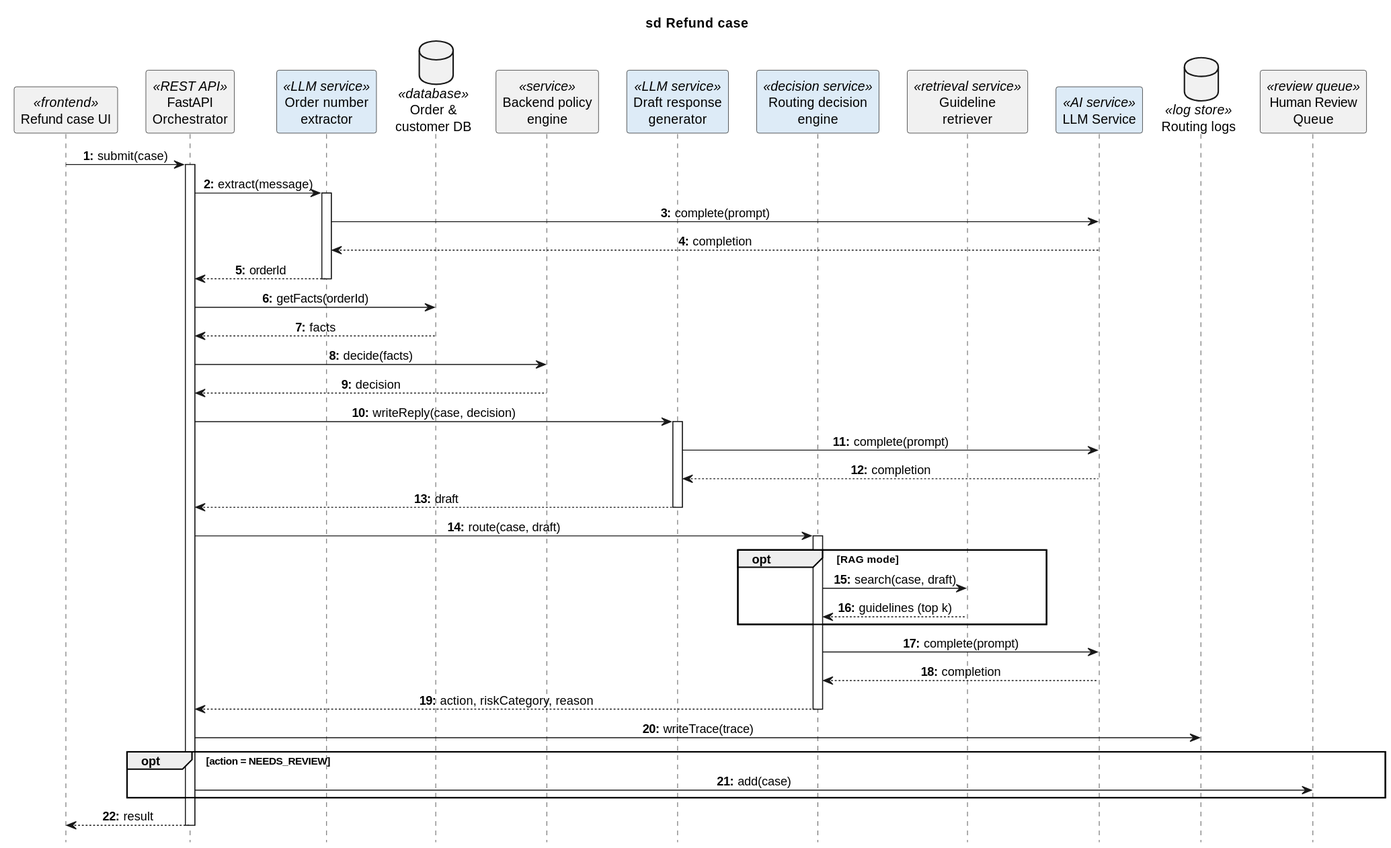
This is docs/diagrams/sequence.svg from VyshakhGN/llmgov, a PlantUML export, as it was before one commit. Its diagram source:
```plantuml
@startuml
skinparam shadowing false
skinparam defaultTextAlignment center
skinparam ParticipantPadding 10
skinparam ParticipantBackgroundColor #F1F1F1
skinparam DatabaseBackgroundColor #F1F1F1
hide footbox
title sd Refund case

participant "Refund case UI" as UI <<frontend>>
participant "FastAPI\nOrchestrator" as ORCH <<REST API>>
participant "Order number\nextractor" as EXT <<LLM service>> #DDEBF7
database "Order &\ncustomer DB" as DB <<database>>
participant "Backend policy\nengine" as POL <<service>>
participant "Draft response\ngenerator" as DRAFT <<LLM service>> #DDEBF7
participant "Routing decision\nengine" as ROUTE <<decision service>> #DDEBF7
participant "Guideline\nretriever" as RET <<retrieval service>>
participant "LLM Service" as LLM <<AI service>> #DDEBF7
database "Routing logs" as LOGS <<log store>>
participant "Human Review\nQueue" as QUEUE <<review queue>>

autonumber "<b>0:"

UI -> ORCH : submit(case)
activate ORCH

ORCH -> EXT : extract(message)
activate EXT
EXT -> LLM : complete(prompt)
LLM --> EXT : completion
EXT --> ORCH : orderId
deactivate EXT

ORCH -> DB : getFacts(orderId)
DB --> ORCH : facts

ORCH -> POL : decide(facts)
POL --> ORCH : decision

ORCH -> DRAFT : writeReply(case, decision)
activate DRAFT
DRAFT -> LLM : complete(prompt)
LLM --> DRAFT : completion
DRAFT --> ORCH : draft
deactivate DRAFT

ORCH -> ROUTE : route(case, draft)
activate ROUTE
group opt <U+2007><U+2007><U+2007>[RAG mode]
  ROUTE -> RET : search(case, draft)
  RET --> ROUTE : guidelines (top k)
end
ROUTE -> LLM : complete(prompt)
LLM --> ROUTE : completion
ROUTE --> ORCH : action, riskCategory, reason
deactivate ROUTE

ORCH -> LOGS : writeTrace(trace)
group opt [action = NEEDS_REVIEW]
  ORCH -> QUEUE : add(case)
end
ORCH --> UI : result
deactivate ORCH
@enduml
```
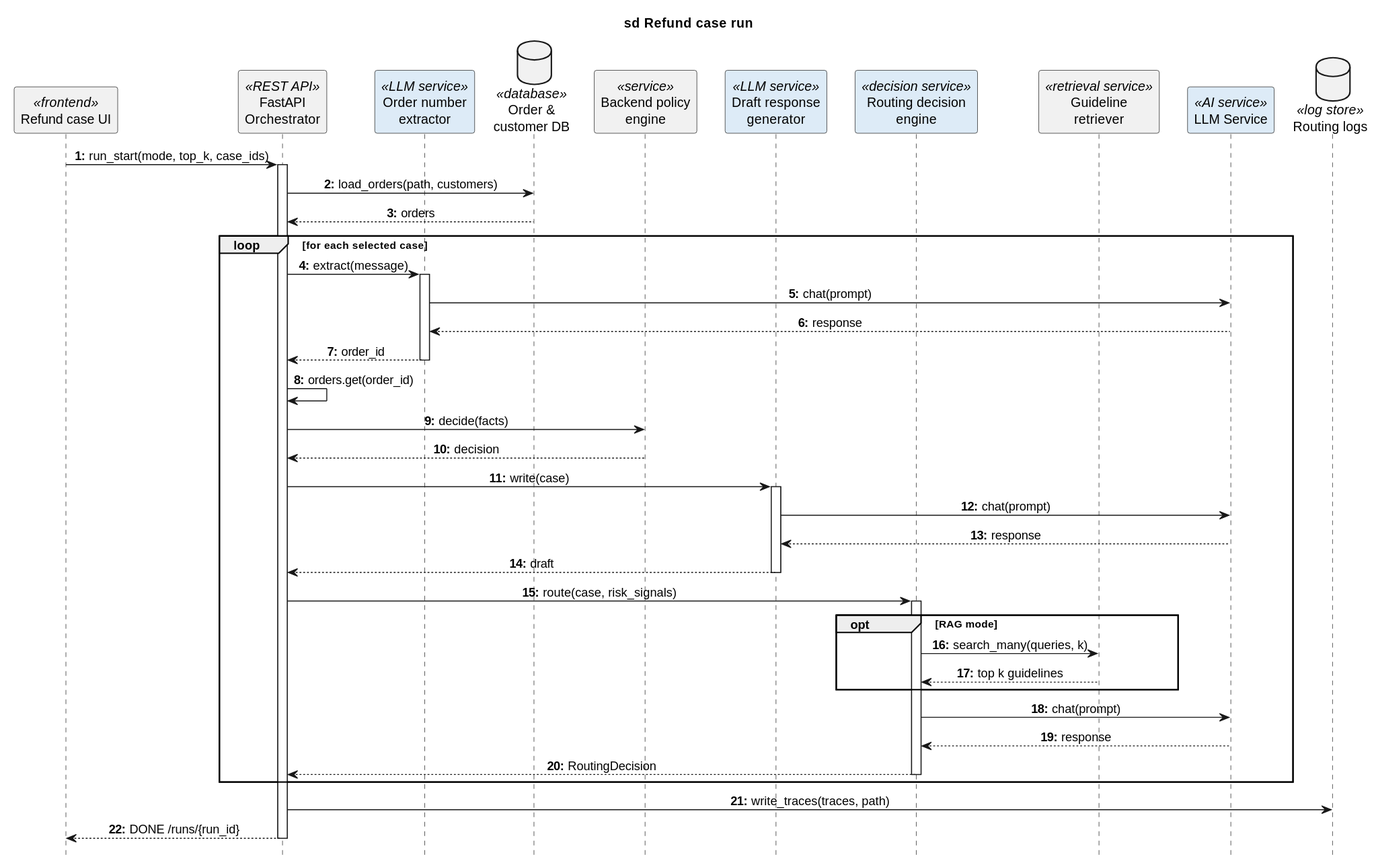
After the commit.

Commit message:
Some changes to the component and sequence diagrams

What changed in the source:
```diff
@@ -5,7 +5,7 @@
 skinparam ParticipantBackgroundColor #F1F1F1
 skinparam DatabaseBackgroundColor #F1F1F1
 hide footbox
-title sd Refund case
+title sd Refund case run
 
 participant "Refund case UI" as UI <<frontend>>
 participant "FastAPI\nOrchestrator" as ORCH <<REST API>>
@@ -17,48 +17,50 @@
 participant "Guideline\nretriever" as RET <<retrieval service>>
 participant "LLM Service" as LLM <<AI service>> #DDEBF7
 database "Routing logs" as LOGS <<log store>>
-participant "Human Review\nQueue" as QUEUE <<review queue>>
 
 autonumber "<b>0:"
 
-UI -> ORCH : submit(case)
+UI -> ORCH : run_start(mode, top_k, case_ids)
 activate ORCH
 
-ORCH -> EXT : extract(message)
-activate EXT
-EXT -> LLM : complete(prompt)
-LLM --> EXT : completion
-EXT --> ORCH : orderId
-deactivate EXT
+ORCH -> DB : load_orders(path, customers)
+DB --> ORCH : orders
 
-ORCH -> DB : getFacts(orderId)
-DB --> ORCH : facts
+loop for each selected case
 
-ORCH -> POL : decide(facts)
-POL --> ORCH : decision
+  ORCH -> EXT : extract(message)
+  activate EXT
+  EXT -> LLM : chat(prompt)
+  LLM --> EXT : response
+  EXT --> ORCH : order_id
+  deactivate EXT
 
-ORCH -> DRAFT : writeReply(case, decision)
-activate DRAFT
-DRAFT -> LLM : complete(prompt)
-LLM --> DRAFT : completion
-DRAFT --> ORCH : draft
-deactivate DRAFT
+  ORCH -> ORCH : orders.get(order_id)
 
-ORCH -> ROUTE : route(case, draft)
-activate ROUTE
-group opt <U+2007><U+2007><U+2007>[RAG mode]
-  ROUTE -> RET : search(case, draft)
-  RET --> ROUTE : guidelines (top k)
+  ORCH -> POL : decide(facts)
+  POL --> ORCH : decision
+
+  ORCH -> DRAFT : write(case)
+  activate DRAFT
+  DRAFT -> LLM : chat(prompt)
+  LLM --> DRAFT : response
+  DRAFT --> ORCH : draft
+  deactivate DRAFT
+
+  ORCH -> ROUTE : route(case, risk_signals)
+  activate ROUTE
+  group opt <U+2007><U+2007><U+2007>[RAG mode]
+    ROUTE -> RET : search_many(queries, k)
+    RET --> ROUTE : top k guidelines
+  end
+  ROUTE -> LLM : chat(prompt)
+  LLM --> ROUTE : response
+  ROUTE --> ORCH : RoutingDecision
+  deactivate ROUTE
+
 end
-ROUTE -> LLM : complete(prompt)
-LLM --> ROUTE : completion
-ROUTE --> ORCH : action, riskCategory, reason
-deactivate ROUTE
 
-ORCH -> LOGS : writeTrace(trace)
-group opt [action = NEEDS_REVIEW]
-  ORCH -> QUEUE : add(case)
-end
-ORCH --> UI : result
+ORCH -> LOGS : write_traces(traces, path)
+ORCH --> UI : DONE /runs/{run_id}
 deactivate ORCH
 @enduml
```
